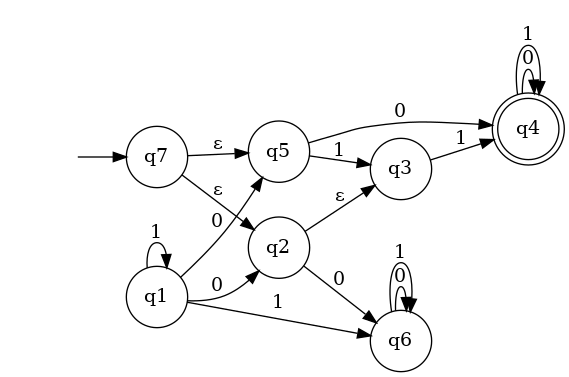
Earlier version of the Graphviz export resNFA.gv.png (itsmeavi/POLmc). Its source is kept beside it as resNFA.gv. Its diagram source:
```dot
digraph resNFA {
	graph [rankdir=LR]
	"" [label="" shape=plaintext]
	q4 [label=q4 shape=doublecircle]
	q7 [label=q7 shape=circle]
	q3 [label=q3 shape=circle]
	q1 [label=q1 shape=circle]
	q5 [label=q5 shape=circle]
	q6 [label=q6 shape=circle]
	q2 [label=q2 shape=circle]
	"" -> q7 [label=""]
	q1 -> q5 [label=0]
	q1 -> q2 [label=0]
	q1 -> q6 [label=1]
	q1 -> q1 [label=1]
	q2 -> q6 [label=0]
	q2 -> q3 [label="ε"]
	q3 -> q4 [label=1]
	q4 -> q4 [label=0]
	q4 -> q4 [label=1]
	q5 -> q4 [label=0]
	q5 -> q3 [label=1]
	q6 -> q6 [label=0]
	q6 -> q6 [label=1]
	q7 -> q5 [label="ε"]
	q7 -> q2 [label="ε"]
}
```
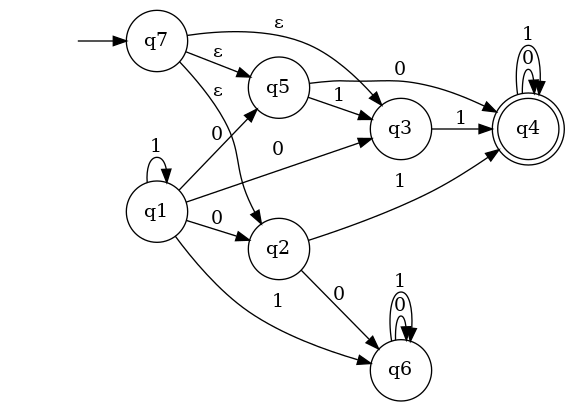
After the commit.

The edit, as a diff of the source:
```diff
@@ -2,26 +2,28 @@
 	graph [rankdir=LR]
 	"" [label="" shape=plaintext]
 	q4 [label=q4 shape=doublecircle]
+	q5 [label=q5 shape=circle]
+	q2 [label=q2 shape=circle]
+	q3 [label=q3 shape=circle]
 	q7 [label=q7 shape=circle]
-	q3 [label=q3 shape=circle]
 	q1 [label=q1 shape=circle]
-	q5 [label=q5 shape=circle]
 	q6 [label=q6 shape=circle]
-	q2 [label=q2 shape=circle]
 	"" -> q7 [label=""]
-	q1 -> q5 [label=0]
-	q1 -> q2 [label=0]
-	q1 -> q6 [label=1]
-	q1 -> q1 [label=1]
-	q2 -> q6 [label=0]
-	q2 -> q3 [label="ε"]
-	q3 -> q4 [label=1]
 	q4 -> q4 [label=0]
 	q4 -> q4 [label=1]
 	q5 -> q4 [label=0]
 	q5 -> q3 [label=1]
+	q2 -> q6 [label=0]
+	q2 -> q4 [label=1]
+	q3 -> q4 [label=1]
+	q1 -> q3 [label=0]
+	q1 -> q5 [label=0]
+	q1 -> q2 [label=0]
+	q1 -> q1 [label=1]
+	q1 -> q6 [label=1]
 	q6 -> q6 [label=0]
 	q6 -> q6 [label=1]
+	q7 -> q3 [label="ε"]
 	q7 -> q5 [label="ε"]
 	q7 -> q2 [label="ε"]
 }
```
